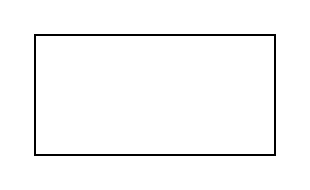
jonathaneeckhout/cwars keeps this draw.io diagram as design/networking/cwars_network_architecture.drawio. Above is the earlier version. Source tidied: cells renumbered, new cells numbered last; positions are measured from the earlier drawing's top-left corner, leaving out a move shared by most shapes. Both pictures are drawn from the tidied source at 200%, with x=0, y=0 at pixel (34, 34).
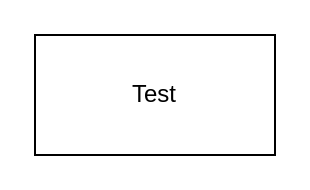
Above is the later version.

The edit, as a diff of the source:
```diff
@@
 <mxGraphModel>
   <root>
     <mxCell id="0" />
     <mxCell id="1" parent="0" />
-    <mxCell id="2" style="rounded=0;whiteSpace=wrap;html=1;" parent="1" vertex="1">
+    <mxCell id="2" value="Test" style="rounded=0;whiteSpace=wrap;html=1;" parent="1" vertex="1">
       <mxGeometry width="120" height="60" as="geometry" />
     </mxCell>
   </root>
 </mxGraphModel>
```
